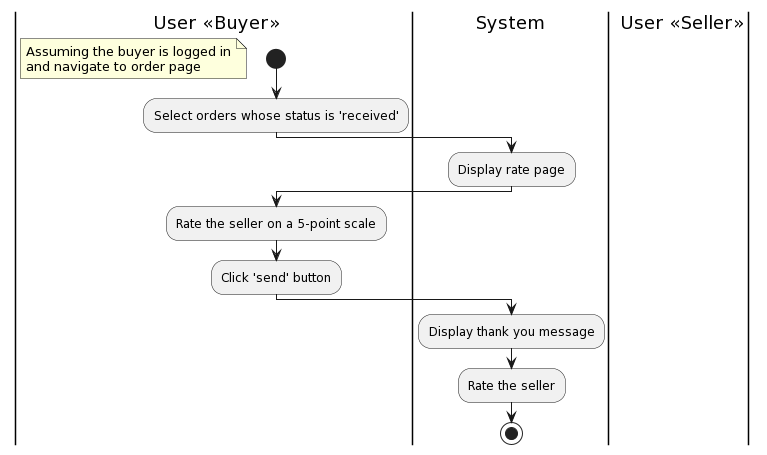
Before: Lab 1.2/img/activity/rate-seller.png, a diagram exported from PlantUML (doublek2712/SE357-Pratice-class).
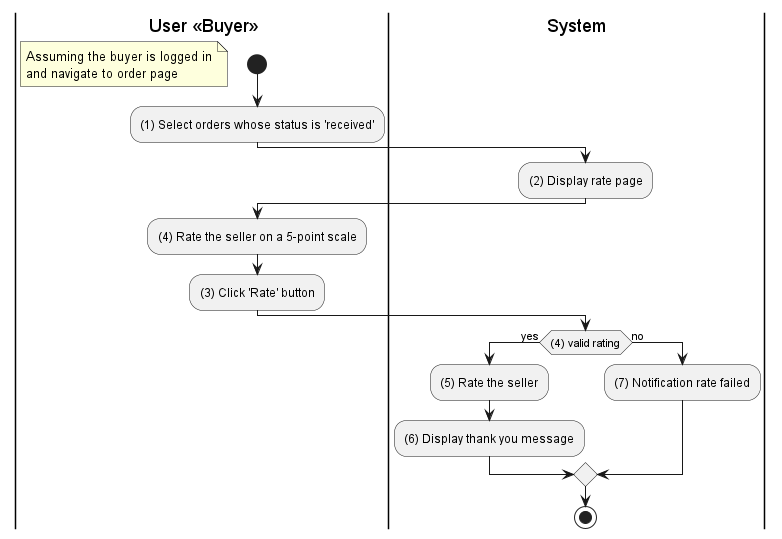
The same diagram one commit later.

What changed in the source:
```diff
@@ -1,7 +1,6 @@
 @startuml
 |Buyer| User <<Buyer>>
 |System|
-|Seller| User <<Seller>>
 
 |Buyer|
 start
@@ -10,14 +9,18 @@
 and navigate to order page
 end note
 
-:Select orders whose status is 'received';
+:(1) Select orders whose status is 'received';
 |System|
-:Display rate page;
+:(2) Display rate page;
 |Buyer|
-:Rate the seller on a 5-point scale;
-:Click 'send' button;
+:(4) Rate the seller on a 5-point scale;
+:(3) Click 'Rate' button;
 |System|
-:Display thank you message;
-:Rate the seller;
+if ((4) valid rating) then (yes)
+:(5) Rate the seller;
+:(6) Display thank you message;
+else (no)
+:(7) Notification rate failed;
+endif
 stop
 @enduml
```
